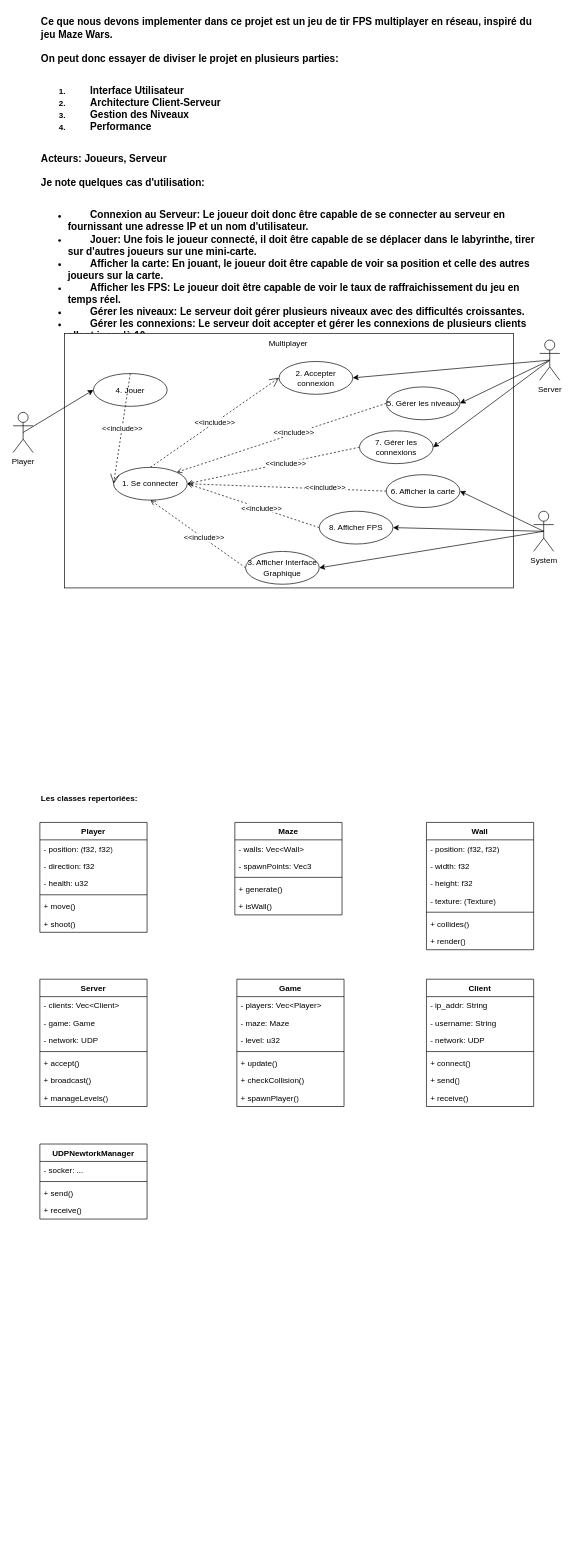
Earlier version of the draw.io diagram multiplayer.drawio (codinggoline/diagrams). Source tidied: cells renumbered, new cells numbered last; positions are measured from the earlier drawing's top-left corner, leaving out a move shared by most shapes. Both pictures are drawn from the tidied source at 67%, with x=0, y=0 at pixel (13, 11).
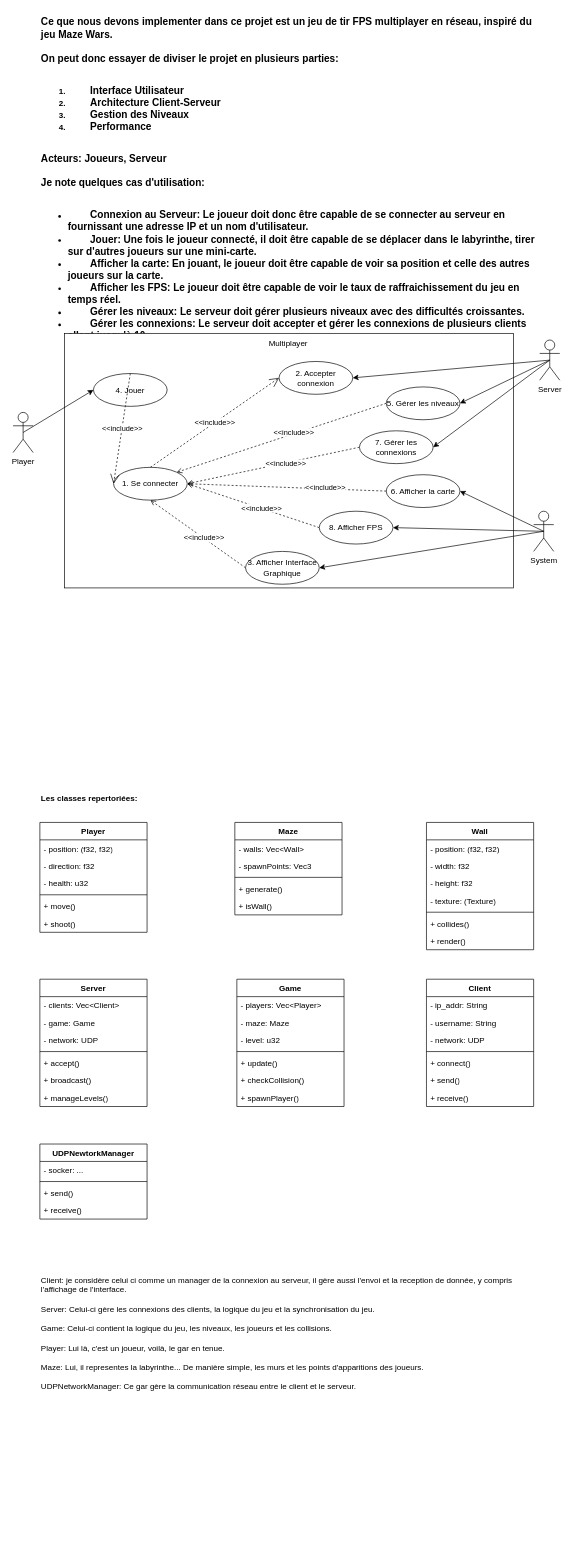
The same page after the edit.

Change to the diagram source:
```diff
@@
+    <mxCell id="86" value="&lt;div&gt;Client: je considère celui ci comme un manager de la connexion au serveur, il gère aussi l'envoi et la reception de donnée, y compris l'affichage de l'interface.&lt;/div&gt;&lt;div&gt;&lt;br&gt;&lt;/div&gt;&lt;div&gt;Server: Celui-ci gère les connexions des clients, la logique du jeu et la synchronisation du jeu.&lt;/div&gt;&lt;div&gt;&lt;br&gt;&lt;/div&gt;&lt;div&gt;Game: Celui-ci contient la logique du jeu, les niveaux, les joueurs et les collisions.&lt;/div&gt;&lt;div&gt;&lt;br&gt;&lt;/div&gt;&lt;div&gt;Player: Lui là, c'est un joueur, voilà, le gar en tenue.&lt;/div&gt;&lt;div&gt;&lt;br&gt;&lt;/div&gt;&lt;div&gt;Maze: Lui, il representes la labyrinthe... De manière simple, les murs et les points d'apparitions des joueurs.&lt;/div&gt;&lt;div&gt;&lt;br&gt;&lt;/div&gt;&lt;div&gt;UDPNetworkManager: Ce gar gère la communication réseau entre le client et le serveur.&lt;br&gt;&lt;/div&gt;" style="text;html=1;align=left;verticalAlign=top;whiteSpace=wrap;rounded=0;" parent="1" vertex="1">
+      <mxGeometry x="40" y="1880" width="750" height="400" as="geometry" />
+    </mxCell>
```
